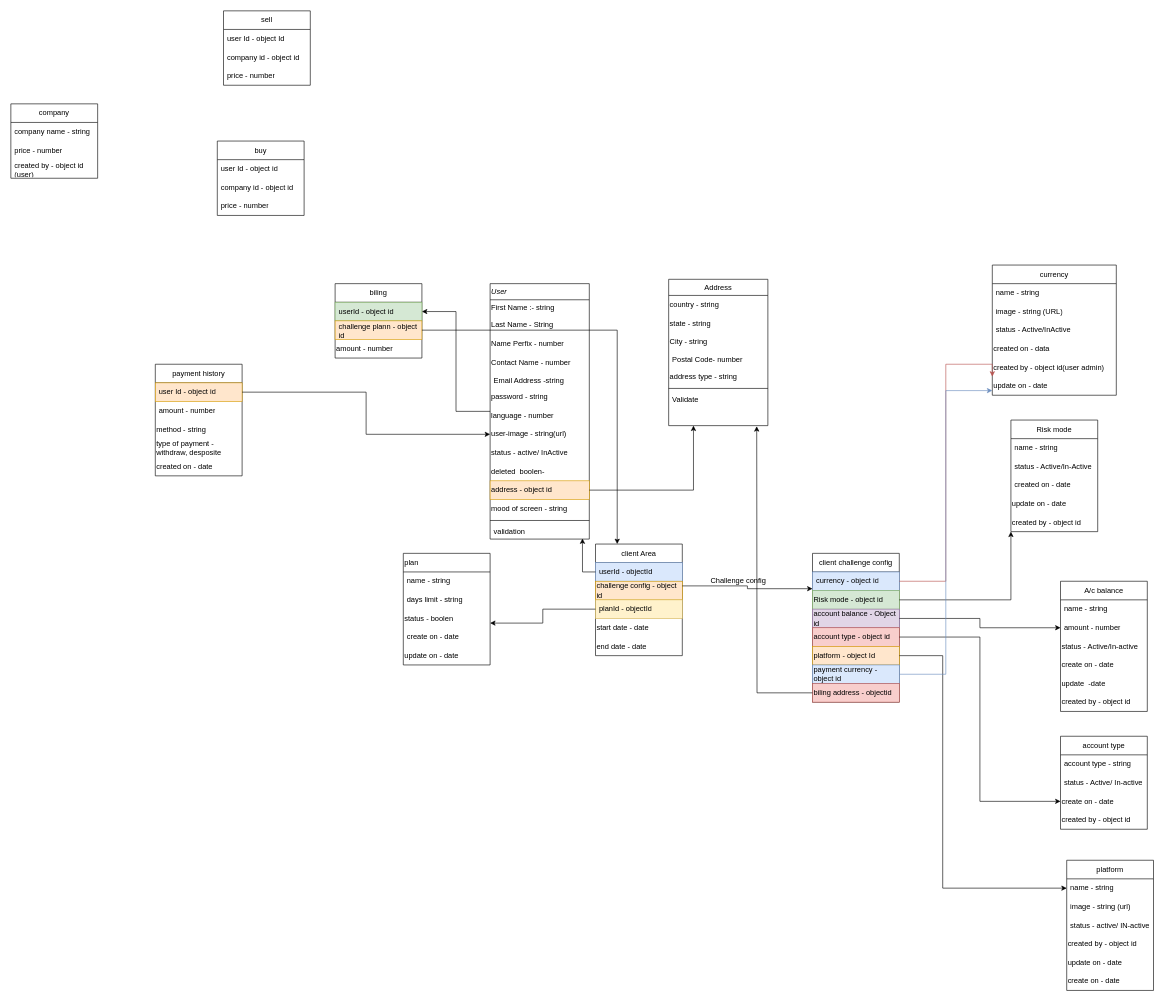
The draw.io diagram Untitled Diagram.drawio in ankurram/testing1, before the edit. Source tidied: cells renumbered, new cells numbered last; positions are measured from the earlier drawing's top-left corner, leaving out a move shared by most shapes. Both pictures are drawn from the tidied source at 62%, with x=0, y=0 at pixel (11, 11).
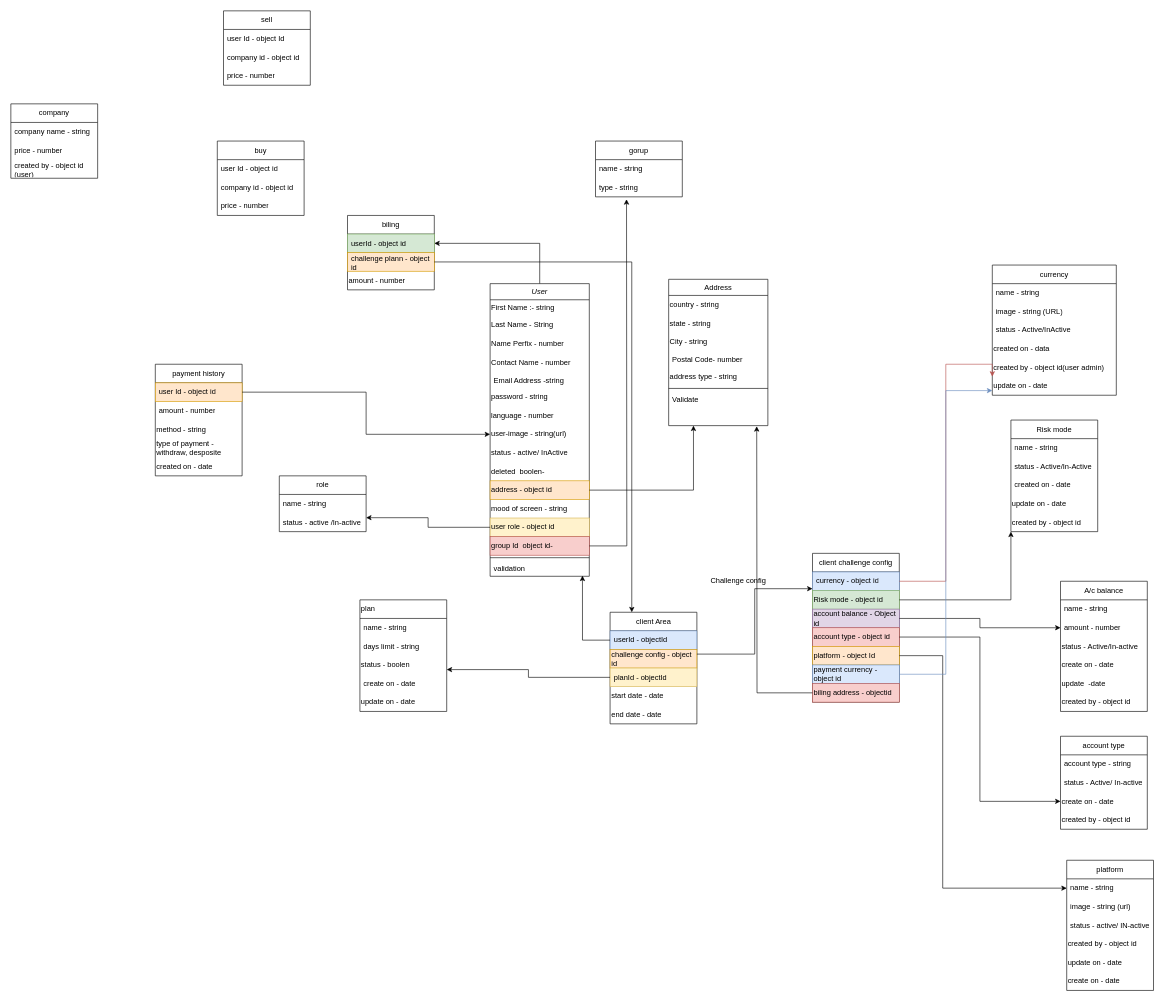
After the change.

What changed in the source:
```diff
@@
-    <mxCell id="3" value="User" style="swimlane;fontStyle=2;align=left;verticalAlign=top;horizontal=1;startSize=26;rounded=0;shadow=0;strokeWidth=1;" parent="1" vertex="1">
-      <mxGeometry x="773" y="440" width="160" height="412" as="geometry" />
+    <mxCell id="3" value="User" style="swimlane;fontStyle=2;align=center;verticalAlign=top;horizontal=1;startSize=26;rounded=0;shadow=0;strokeWidth=1;" parent="1" vertex="1">
+      <mxGeometry x="773" y="440" width="160" height="472" as="geometry" />
     </mxCell>
@@
+    <mxCell id="114" value="user role - object id " style="text;html=1;strokeColor=#d6b656;fillColor=#fff2cc;align=left;verticalAlign=middle;whiteSpace=wrap;rounded=0;" parent="3" vertex="1">
+      <mxGeometry y="378" width="160" height="30" as="geometry" />
+    </mxCell>
+    <mxCell id="115" value="group Id&amp;nbsp; object id-" style="text;html=1;strokeColor=#b85450;fillColor=#f8cecc;align=left;verticalAlign=middle;whiteSpace=wrap;rounded=0;" parent="3" vertex="1">
+      <mxGeometry y="408" width="160" height="30" as="geometry" />
+    </mxCell>
     <mxCell id="16" style="line;html=1;strokeWidth=1;align=left;verticalAlign=middle;spacingTop=-1;spacingLeft=3;spacingRight=3;labelPosition=right;" parent="3" vertex="1">
-      <mxGeometry y="378" width="160" height="8" as="geometry" />
+      <mxGeometry y="438" width="160" height="8" as="geometry" />
     </mxCell>
     <mxCell id="17" value="validation " style="text;align=left;verticalAlign=top;spacingLeft=4;spacingRight=4;overflow=hidden;points=[[0,0.5],[1,0.5]];portConstraint=eastwest;" parent="3" vertex="1">
-      <mxGeometry y="386" width="160" height="26" as="geometry" />
+      <mxGeometry y="446" width="160" height="26" as="geometry" />
     </mxCell>
@@
     <mxCell id="26" value="client Area" style="swimlane;fontStyle=0;horizontal=1;startSize=30;whiteSpace=wrap;html=1;" parent="1" vertex="1">
-      <mxGeometry x="943" y="860" width="140" height="180" as="geometry" />
+      <mxGeometry x="966.5" y="970" width="140" height="180" as="geometry" />
     </mxCell>
@@
     <mxCell id="43" value="biling" style="swimlane;fontStyle=0;horizontal=1;startSize=30;whiteSpace=wrap;html=1;" parent="1" vertex="1">
-      <mxGeometry x="523" y="440" width="140" height="120" as="geometry" />
+      <mxGeometry x="543" y="330" width="140" height="120" as="geometry" />
     </mxCell>
@@
     <mxCell id="48" value="plan" style="swimlane;fontStyle=0;horizontal=1;startSize=30;whiteSpace=wrap;html=1;align=left;" parent="1" vertex="1">
-      <mxGeometry x="633" y="875" width="140" height="180" as="geometry" />
+      <mxGeometry x="563" y="950" width="140" height="180" as="geometry" />
     </mxCell>
@@
+    <mxCell id="116" value="role" style="swimlane;fontStyle=0;horizontal=1;startSize=30;whiteSpace=wrap;html=1;" parent="1" vertex="1">
+      <mxGeometry x="433" y="750" width="140" height="90" as="geometry" />
+    </mxCell>
+    <mxCell id="117" value="name - string" style="text;strokeColor=none;fillColor=none;align=left;verticalAlign=middle;spacingLeft=4;spacingRight=4;overflow=hidden;whiteSpace=wrap;html=1;" parent="116" vertex="1">
+      <mxGeometry y="30" width="140" height="30" as="geometry" />
+    </mxCell>
+    <mxCell id="118" value="status - active /In-active" style="text;strokeColor=none;fillColor=none;align=left;verticalAlign=middle;spacingLeft=4;spacingRight=4;overflow=hidden;whiteSpace=wrap;html=1;" parent="116" vertex="1">
+      <mxGeometry y="60" width="140" height="30" as="geometry" />
+    </mxCell>
+    <mxCell id="119" style="edgeStyle=orthogonalEdgeStyle;rounded=0;jettySize=auto;html=1;entryX=1;entryY=0.75;entryDx=0;entryDy=0;" parent="1" edge="1" source="114" target="116">
+      <mxGeometry relative="1" as="geometry" />
+    </mxCell>
+    <mxCell id="120" value="gorup" style="swimlane;fontStyle=0;horizontal=1;startSize=30;whiteSpace=wrap;html=1;" parent="1" vertex="1">
+      <mxGeometry x="943" y="210" width="140" height="90" as="geometry" />
+    </mxCell>
+    <mxCell id="121" value="name - string" style="text;strokeColor=none;fillColor=none;align=left;verticalAlign=middle;spacingLeft=4;spacingRight=4;overflow=hidden;whiteSpace=wrap;html=1;" parent="120" vertex="1">
+      <mxGeometry y="30" width="140" height="30" as="geometry" />
+    </mxCell>
+    <mxCell id="122" value="type - string" style="text;strokeColor=none;fillColor=none;align=left;verticalAlign=middle;spacingLeft=4;spacingRight=4;overflow=hidden;whiteSpace=wrap;html=1;" parent="120" vertex="1">
+      <mxGeometry y="60" width="140" height="30" as="geometry" />
+    </mxCell>
+    <mxCell id="123" style="edgeStyle=orthogonalEdgeStyle;rounded=0;jettySize=auto;html=1;" parent="1" edge="1" source="115">
+      <mxGeometry relative="1" as="geometry">
+        <mxPoint x="993" y="304" as="targetPoint" />
+      </mxGeometry>
+    </mxCell>
```
